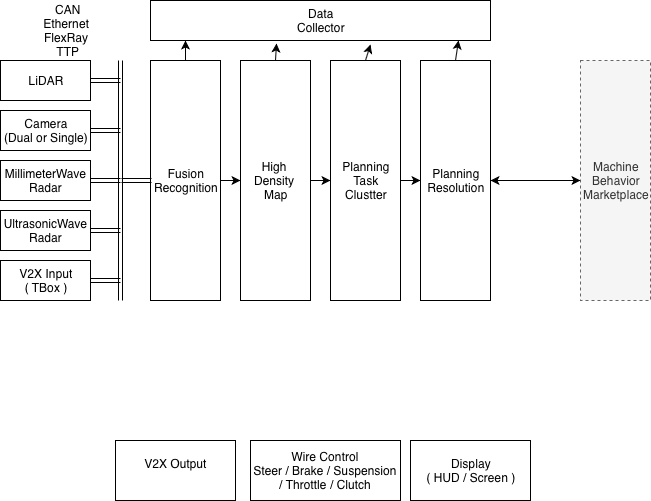
The draw.io diagram media/dooyo_idea_rpp_1.png in df595149790/df595149790.github.io, before a commit. Source tidied: cells renumbered, new cells last; positions are measured from the earlier drawing's top-left corner, leaving out a move shared by most shapes. The source it was exported from:
```xml
<mxGraphModel>
  <root>
    <mxCell id="0" />
    <mxCell id="1" parent="0" />
    <mxCell id="2" value="Machine&lt;br&gt;Behavior&lt;br&gt;Marketplace&lt;br&gt;" style="rounded=0;whiteSpace=wrap;html=1;dashed=1;fillColor=#f5f5f5;strokeColor=#666666;fontColor=#333333;" parent="1" vertex="1">
      <mxGeometry x="580" y="60" width="70" height="240" as="geometry" />
    </mxCell>
    <mxCell id="3" value="LiDAR" style="rounded=0;whiteSpace=wrap;html=1;" parent="1" vertex="1">
      <mxGeometry y="60" width="90" height="40" as="geometry" />
    </mxCell>
    <mxCell id="4" value="Camera&lt;br&gt;(Dual or Single)&lt;br&gt;" style="rounded=0;whiteSpace=wrap;html=1;" parent="1" vertex="1">
      <mxGeometry y="110" width="90" height="40" as="geometry" />
    </mxCell>
    <mxCell id="5" value="MillimeterWave&lt;br&gt;Radar&lt;br&gt;" style="rounded=0;whiteSpace=wrap;html=1;" parent="1" vertex="1">
      <mxGeometry y="160" width="90" height="40" as="geometry" />
    </mxCell>
    <mxCell id="6" value="UltrasonicWave&lt;br&gt;Radar&lt;br&gt;" style="rounded=0;whiteSpace=wrap;html=1;" parent="1" vertex="1">
      <mxGeometry y="210" width="90" height="40" as="geometry" />
    </mxCell>
    <mxCell id="7" value="Fusion&lt;br&gt;Recognition&lt;br&gt;" style="rounded=0;whiteSpace=wrap;html=1;shadow=0;fillColor=none;" parent="1" vertex="1">
      <mxGeometry x="150" y="60" width="70" height="240" as="geometry" />
    </mxCell>
    <mxCell id="8" style="shape=link;html=1;" parent="1" edge="1">
      <mxGeometry relative="1" as="geometry">
        <mxPoint x="120" y="300" as="sourcePoint" />
        <mxPoint x="120" y="60" as="targetPoint" />
      </mxGeometry>
    </mxCell>
    <mxCell id="9" style="shape=link;html=1;exitX=1;exitY=0.5;exitDx=0;exitDy=0;" parent="1" edge="1" source="3">
      <mxGeometry relative="1" as="geometry">
        <mxPoint x="120" y="80" as="targetPoint" />
      </mxGeometry>
    </mxCell>
    <mxCell id="10" style="shape=link;html=1;exitX=1;exitY=0.5;exitDx=0;exitDy=0;" parent="1" edge="1" source="4">
      <mxGeometry relative="1" as="geometry">
        <mxPoint x="120" y="130" as="targetPoint" />
      </mxGeometry>
    </mxCell>
    <mxCell id="11" style="shape=link;html=1;exitX=1;exitY=0.5;exitDx=0;exitDy=0;" parent="1" edge="1" source="5">
      <mxGeometry relative="1" as="geometry">
        <mxPoint x="120" y="180" as="targetPoint" />
      </mxGeometry>
    </mxCell>
    <mxCell id="12" style="shape=link;html=1;exitX=1;exitY=0.5;exitDx=0;exitDy=0;" parent="1" edge="1" source="6">
      <mxGeometry relative="1" as="geometry">
        <mxPoint x="120" y="230" as="targetPoint" />
      </mxGeometry>
    </mxCell>
    <mxCell id="13" value="CAN&lt;br&gt;&lt;span&gt;Ethernet&amp;nbsp;&lt;br&gt;&lt;/span&gt;&lt;span&gt;FlexRay&amp;nbsp;&lt;br&gt;TTP&lt;/span&gt;" style="text;html=1;strokeColor=none;fillColor=none;align=center;verticalAlign=middle;whiteSpace=wrap;rounded=0;shadow=0;" parent="1" vertex="1">
      <mxGeometry x="20" y="20" width="95" height="20" as="geometry" />
    </mxCell>
    <mxCell id="14" value="High &lt;br&gt;Density &lt;br&gt;Map" style="rounded=0;whiteSpace=wrap;html=1;shadow=0;fillColor=none;" parent="1" vertex="1">
      <mxGeometry x="240" y="60" width="70" height="240" as="geometry" />
    </mxCell>
    <mxCell id="15" value="Wire Control&lt;br&gt;Steer / Brake / Suspension / Throttle / Clutch&lt;br&gt;" style="rounded=0;whiteSpace=wrap;html=1;" parent="1" vertex="1">
      <mxGeometry x="250" y="440" width="150" height="60" as="geometry" />
    </mxCell>
    <mxCell id="16" value="V2X Input&lt;br&gt;( TBox )&lt;br&gt;" style="rounded=0;whiteSpace=wrap;html=1;shadow=0;fillColor=none;" parent="1" vertex="1">
      <mxGeometry y="260" width="90" height="40" as="geometry" />
    </mxCell>
    <mxCell id="17" style="shape=link;html=1;exitX=1;exitY=0.5;exitDx=0;exitDy=0;" parent="1" edge="1" source="16">
      <mxGeometry relative="1" as="geometry">
        <mxPoint x="120" y="280" as="targetPoint" />
      </mxGeometry>
    </mxCell>
    <mxCell id="18" style="shape=link;html=1;exitX=1;exitY=0.5;exitDx=0;exitDy=0;" parent="1" edge="1">
      <mxGeometry relative="1" as="geometry">
        <mxPoint x="121" y="180" as="sourcePoint" />
        <mxPoint x="151" y="180" as="targetPoint" />
      </mxGeometry>
    </mxCell>
    <mxCell id="19" value="V2X Output&lt;br&gt;&lt;br&gt;" style="rounded=0;whiteSpace=wrap;html=1;shadow=0;fillColor=none;" parent="1" vertex="1">
      <mxGeometry x="115" y="440" width="120" height="60" as="geometry" />
    </mxCell>
    <mxCell id="20" value="Display&lt;br&gt;( HUD / Screen )&lt;br&gt;" style="rounded=0;whiteSpace=wrap;html=1;shadow=0;fillColor=none;" parent="1" vertex="1">
      <mxGeometry x="410" y="440" width="120" height="60" as="geometry" />
    </mxCell>
    <mxCell id="21" value="Planning&lt;br&gt;Resolution" style="rounded=0;whiteSpace=wrap;html=1;shadow=0;fillColor=none;" parent="1" vertex="1">
      <mxGeometry x="420" y="60" width="70" height="240" as="geometry" />
    </mxCell>
    <mxCell id="22" value="Planning&lt;br&gt;Task&lt;br&gt;Clustter&lt;br&gt;" style="rounded=0;whiteSpace=wrap;html=1;shadow=0;fillColor=none;" parent="1" vertex="1">
      <mxGeometry x="330" y="60" width="70" height="240" as="geometry" />
    </mxCell>
    <mxCell id="23" style="endArrow=classic;html=1;entryX=0;entryY=0.5;entryDx=0;entryDy=0;exitX=1;exitY=0.5;exitDx=0;exitDy=0;" parent="1" edge="1" source="7" target="14">
      <mxGeometry relative="1" as="geometry" />
    </mxCell>
    <mxCell id="24" style="endArrow=classic;html=1;entryX=0;entryY=0.5;entryDx=0;entryDy=0;exitX=1;exitY=0.5;exitDx=0;exitDy=0;" parent="1" edge="1" source="14" target="22">
      <mxGeometry relative="1" as="geometry" />
    </mxCell>
    <mxCell id="25" style="endArrow=classic;html=1;entryX=0;entryY=0.5;entryDx=0;entryDy=0;exitX=1;exitY=0.5;exitDx=0;exitDy=0;" parent="1" edge="1" source="22" target="21">
      <mxGeometry relative="1" as="geometry" />
    </mxCell>
    <mxCell id="26" style="endArrow=classic;startArrow=classic;html=1;exitX=1;exitY=0.5;exitDx=0;exitDy=0;entryX=0;entryY=0.5;entryDx=0;entryDy=0;" parent="1" edge="1" source="21" target="2">
      <mxGeometry relative="1" as="geometry" />
    </mxCell>
    <mxCell id="27" value="Data&lt;br&gt;Collector&lt;br&gt;" style="rounded=0;whiteSpace=wrap;html=1;shadow=0;fillColor=none;" parent="1" vertex="1">
      <mxGeometry x="150" width="340" height="40" as="geometry" />
    </mxCell>
    <mxCell id="28" style="endArrow=classic;html=1;" parent="1" edge="1" source="7">
      <mxGeometry relative="1" as="geometry">
        <mxPoint x="185" y="40" as="targetPoint" />
      </mxGeometry>
    </mxCell>
    <mxCell id="29" style="endArrow=classic;html=1;exitX=0.5;exitY=0;exitDx=0;exitDy=0;entryX=0.371;entryY=1.075;entryDx=0;entryDy=0;entryPerimeter=0;" parent="1" edge="1" source="14" target="27">
      <mxGeometry relative="1" as="geometry" />
    </mxCell>
    <mxCell id="30" style="endArrow=classic;html=1;exitX=0.5;exitY=0;exitDx=0;exitDy=0;entryX=0.647;entryY=1.1;entryDx=0;entryDy=0;entryPerimeter=0;" parent="1" edge="1" source="22" target="27">
      <mxGeometry relative="1" as="geometry" />
    </mxCell>
    <mxCell id="31" style="endArrow=classic;html=1;exitX=0.5;exitY=0;exitDx=0;exitDy=0;" parent="1" edge="1" source="21">
      <mxGeometry relative="1" as="geometry">
        <mxPoint x="458" y="40" as="targetPoint" />
      </mxGeometry>
    </mxCell>
  </root>
</mxGraphModel>
```
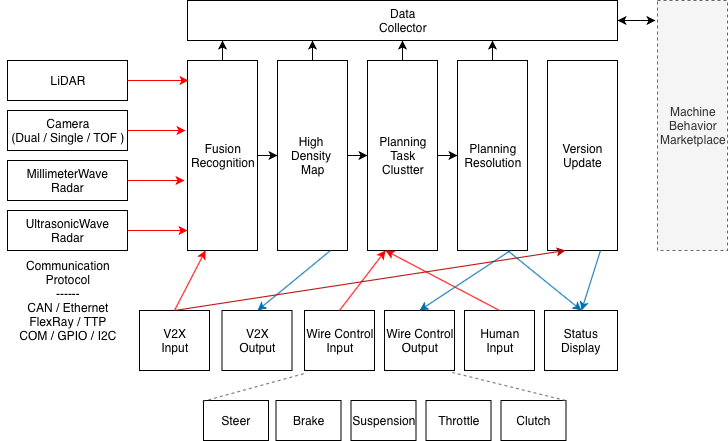
The same diagram one commit later.

The edit, as a diff of the source:
```diff
@@ -3,83 +3,46 @@
     <mxCell id="0" />
     <mxCell id="1" parent="0" />
     <mxCell id="2" value="Machine&lt;br&gt;Behavior&lt;br&gt;Marketplace&lt;br&gt;" style="rounded=0;whiteSpace=wrap;html=1;dashed=1;fillColor=#f5f5f5;strokeColor=#666666;fontColor=#333333;" parent="1" vertex="1">
-      <mxGeometry x="580" y="60" width="70" height="240" as="geometry" />
+      <mxGeometry x="620" width="70" height="250" as="geometry" />
     </mxCell>
     <mxCell id="3" value="LiDAR" style="rounded=0;whiteSpace=wrap;html=1;" parent="1" vertex="1">
-      <mxGeometry y="60" width="90" height="40" as="geometry" />
+      <mxGeometry x="-30" y="60" width="120" height="40" as="geometry" />
     </mxCell>
-    <mxCell id="4" value="Camera&lt;br&gt;(Dual or Single)&lt;br&gt;" style="rounded=0;whiteSpace=wrap;html=1;" parent="1" vertex="1">
-      <mxGeometry y="110" width="90" height="40" as="geometry" />
+    <mxCell id="4" value="Camera&lt;br&gt;(Dual / Single / TOF )&lt;br&gt;" style="rounded=0;whiteSpace=wrap;html=1;" parent="1" vertex="1">
+      <mxGeometry x="-30" y="110" width="120" height="40" as="geometry" />
     </mxCell>
     <mxCell id="5" value="MillimeterWave&lt;br&gt;Radar&lt;br&gt;" style="rounded=0;whiteSpace=wrap;html=1;" parent="1" vertex="1">
-      <mxGeometry y="160" width="90" height="40" as="geometry" />
+      <mxGeometry x="-30" y="160" width="120" height="40" as="geometry" />
     </mxCell>
     <mxCell id="6" value="UltrasonicWave&lt;br&gt;Radar&lt;br&gt;" style="rounded=0;whiteSpace=wrap;html=1;" parent="1" vertex="1">
-      <mxGeometry y="210" width="90" height="40" as="geometry" />
+      <mxGeometry x="-30" y="210" width="120" height="40" as="geometry" />
     </mxCell>
     <mxCell id="7" value="Fusion&lt;br&gt;Recognition&lt;br&gt;" style="rounded=0;whiteSpace=wrap;html=1;shadow=0;fillColor=none;" parent="1" vertex="1">
-      <mxGeometry x="150" y="60" width="70" height="240" as="geometry" />
+      <mxGeometry x="150" y="60" width="70" height="190" as="geometry" />
     </mxCell>
-    <mxCell id="8" style="shape=link;html=1;" parent="1" edge="1">
-      <mxGeometry relative="1" as="geometry">
-        <mxPoint x="120" y="300" as="sourcePoint" />
-        <mxPoint x="120" y="60" as="targetPoint" />
-      </mxGeometry>
-    </mxCell>
-    <mxCell id="9" style="shape=link;html=1;exitX=1;exitY=0.5;exitDx=0;exitDy=0;" parent="1" edge="1" source="3">
-      <mxGeometry relative="1" as="geometry">
-        <mxPoint x="120" y="80" as="targetPoint" />
-      </mxGeometry>
-    </mxCell>
-    <mxCell id="10" style="shape=link;html=1;exitX=1;exitY=0.5;exitDx=0;exitDy=0;" parent="1" edge="1" source="4">
-      <mxGeometry relative="1" as="geometry">
-        <mxPoint x="120" y="130" as="targetPoint" />
-      </mxGeometry>
-    </mxCell>
-    <mxCell id="11" style="shape=link;html=1;exitX=1;exitY=0.5;exitDx=0;exitDy=0;" parent="1" edge="1" source="5">
-      <mxGeometry relative="1" as="geometry">
-        <mxPoint x="120" y="180" as="targetPoint" />
-      </mxGeometry>
-    </mxCell>
-    <mxCell id="12" style="shape=link;html=1;exitX=1;exitY=0.5;exitDx=0;exitDy=0;" parent="1" edge="1" source="6">
-      <mxGeometry relative="1" as="geometry">
-        <mxPoint x="120" y="230" as="targetPoint" />
-      </mxGeometry>
-    </mxCell>
-    <mxCell id="13" value="CAN&lt;br&gt;&lt;span&gt;Ethernet&amp;nbsp;&lt;br&gt;&lt;/span&gt;&lt;span&gt;FlexRay&amp;nbsp;&lt;br&gt;TTP&lt;/span&gt;" style="text;html=1;strokeColor=none;fillColor=none;align=center;verticalAlign=middle;whiteSpace=wrap;rounded=0;shadow=0;" parent="1" vertex="1">
-      <mxGeometry x="20" y="20" width="95" height="20" as="geometry" />
+    <mxCell id="13" value="Communication&lt;br&gt;Protocol&lt;br&gt;------&lt;br&gt;CAN /&amp;nbsp;E&lt;span&gt;thernet&lt;br&gt;F&lt;/span&gt;&lt;span&gt;lexRay /&amp;nbsp;TTP&lt;br&gt;COM / GPIO / I2C&lt;br&gt;&lt;/span&gt;" style="text;html=1;strokeColor=none;fillColor=none;align=center;verticalAlign=middle;whiteSpace=wrap;rounded=0;shadow=0;" parent="1" vertex="1">
+      <mxGeometry x="-36.5" y="290" width="133" height="20" as="geometry" />
     </mxCell>
     <mxCell id="14" value="High &lt;br&gt;Density &lt;br&gt;Map" style="rounded=0;whiteSpace=wrap;html=1;shadow=0;fillColor=none;" parent="1" vertex="1">
-      <mxGeometry x="240" y="60" width="70" height="240" as="geometry" />
+      <mxGeometry x="240" y="60" width="70" height="190" as="geometry" />
     </mxCell>
-    <mxCell id="15" value="Wire Control&lt;br&gt;Steer / Brake / Suspension / Throttle / Clutch&lt;br&gt;" style="rounded=0;whiteSpace=wrap;html=1;" parent="1" vertex="1">
-      <mxGeometry x="250" y="440" width="150" height="60" as="geometry" />
+    <mxCell id="15" value="Wire&amp;nbsp;Control&lt;br&gt;Input&lt;br&gt;" style="rounded=0;whiteSpace=wrap;html=1;" parent="1" vertex="1">
+      <mxGeometry x="267" y="310" width="70" height="60" as="geometry" />
     </mxCell>
-    <mxCell id="16" value="V2X Input&lt;br&gt;( TBox )&lt;br&gt;" style="rounded=0;whiteSpace=wrap;html=1;shadow=0;fillColor=none;" parent="1" vertex="1">
-      <mxGeometry y="260" width="90" height="40" as="geometry" />
+    <mxCell id="16" value="V2X&lt;br&gt;Input&lt;br&gt;" style="rounded=0;whiteSpace=wrap;html=1;shadow=0;fillColor=none;" parent="1" vertex="1">
+      <mxGeometry x="102" y="310" width="70" height="60" as="geometry" />
     </mxCell>
-    <mxCell id="17" style="shape=link;html=1;exitX=1;exitY=0.5;exitDx=0;exitDy=0;" parent="1" edge="1" source="16">
-      <mxGeometry relative="1" as="geometry">
-        <mxPoint x="120" y="280" as="targetPoint" />
-      </mxGeometry>
-    </mxCell>
-    <mxCell id="18" style="shape=link;html=1;exitX=1;exitY=0.5;exitDx=0;exitDy=0;" parent="1" edge="1">
-      <mxGeometry relative="1" as="geometry">
-        <mxPoint x="121" y="180" as="sourcePoint" />
-        <mxPoint x="151" y="180" as="targetPoint" />
-      </mxGeometry>
-    </mxCell>
-    <mxCell id="19" value="V2X Output&lt;br&gt;&lt;br&gt;" style="rounded=0;whiteSpace=wrap;html=1;shadow=0;fillColor=none;" parent="1" vertex="1">
-      <mxGeometry x="115" y="440" width="120" height="60" as="geometry" />
+    <mxCell id="19" value="V2X&lt;br&gt;Output&lt;br&gt;" style="rounded=0;whiteSpace=wrap;html=1;shadow=0;fillColor=none;" parent="1" vertex="1">
+      <mxGeometry x="184.5" y="310" width="70" height="60" as="geometry" />
     </mxCell>
-    <mxCell id="20" value="Display&lt;br&gt;( HUD / Screen )&lt;br&gt;" style="rounded=0;whiteSpace=wrap;html=1;shadow=0;fillColor=none;" parent="1" vertex="1">
-      <mxGeometry x="410" y="440" width="120" height="60" as="geometry" />
+    <mxCell id="20" value="Status&lt;br&gt;Display&lt;br&gt;" style="rounded=0;whiteSpace=wrap;html=1;shadow=0;fillColor=none;" parent="1" vertex="1">
+      <mxGeometry x="507" y="310" width="73" height="60" as="geometry" />
     </mxCell>
     <mxCell id="21" value="Planning&lt;br&gt;Resolution" style="rounded=0;whiteSpace=wrap;html=1;shadow=0;fillColor=none;" parent="1" vertex="1">
-      <mxGeometry x="420" y="60" width="70" height="240" as="geometry" />
+      <mxGeometry x="420" y="60" width="70" height="190" as="geometry" />
     </mxCell>
     <mxCell id="22" value="Planning&lt;br&gt;Task&lt;br&gt;Clustter&lt;br&gt;" style="rounded=0;whiteSpace=wrap;html=1;shadow=0;fillColor=none;" parent="1" vertex="1">
-      <mxGeometry x="330" y="60" width="70" height="240" as="geometry" />
+      <mxGeometry x="330" y="60" width="70" height="190" as="geometry" />
     </mxCell>
     <mxCell id="23" style="endArrow=classic;html=1;entryX=0;entryY=0.5;entryDx=0;entryDy=0;exitX=1;exitY=0.5;exitDx=0;exitDy=0;" parent="1" edge="1" source="7" target="14">
       <mxGeometry relative="1" as="geometry" />
@@ -90,27 +53,100 @@
     <mxCell id="25" style="endArrow=classic;html=1;entryX=0;entryY=0.5;entryDx=0;entryDy=0;exitX=1;exitY=0.5;exitDx=0;exitDy=0;" parent="1" edge="1" source="22" target="21">
       <mxGeometry relative="1" as="geometry" />
     </mxCell>
-    <mxCell id="26" style="endArrow=classic;startArrow=classic;html=1;exitX=1;exitY=0.5;exitDx=0;exitDy=0;entryX=0;entryY=0.5;entryDx=0;entryDy=0;" parent="1" edge="1" source="21" target="2">
+    <mxCell id="26" style="endArrow=classic;startArrow=classic;html=1;exitX=1;exitY=0.5;exitDx=0;exitDy=0;entryX=-0.029;entryY=0.08;entryDx=0;entryDy=0;entryPerimeter=0;" parent="1" edge="1" source="27" target="2">
       <mxGeometry relative="1" as="geometry" />
     </mxCell>
     <mxCell id="27" value="Data&lt;br&gt;Collector&lt;br&gt;" style="rounded=0;whiteSpace=wrap;html=1;shadow=0;fillColor=none;" parent="1" vertex="1">
-      <mxGeometry x="150" width="340" height="40" as="geometry" />
+      <mxGeometry x="150" width="430" height="40" as="geometry" />
     </mxCell>
     <mxCell id="28" style="endArrow=classic;html=1;" parent="1" edge="1" source="7">
       <mxGeometry relative="1" as="geometry">
         <mxPoint x="185" y="40" as="targetPoint" />
       </mxGeometry>
     </mxCell>
-    <mxCell id="29" style="endArrow=classic;html=1;exitX=0.5;exitY=0;exitDx=0;exitDy=0;entryX=0.371;entryY=1.075;entryDx=0;entryDy=0;entryPerimeter=0;" parent="1" edge="1" source="14" target="27">
-      <mxGeometry relative="1" as="geometry" />
-    </mxCell>
-    <mxCell id="30" style="endArrow=classic;html=1;exitX=0.5;exitY=0;exitDx=0;exitDy=0;entryX=0.647;entryY=1.1;entryDx=0;entryDy=0;entryPerimeter=0;" parent="1" edge="1" source="22" target="27">
-      <mxGeometry relative="1" as="geometry" />
+    <mxCell id="30" style="endArrow=classic;html=1;exitX=0.5;exitY=0;exitDx=0;exitDy=0;" parent="1" edge="1" source="22">
+      <mxGeometry relative="1" as="geometry">
+        <mxPoint x="365" y="40" as="targetPoint" />
+      </mxGeometry>
     </mxCell>
     <mxCell id="31" style="endArrow=classic;html=1;exitX=0.5;exitY=0;exitDx=0;exitDy=0;" parent="1" edge="1" source="21">
       <mxGeometry relative="1" as="geometry">
-        <mxPoint x="458" y="40" as="targetPoint" />
+        <mxPoint x="455" y="40" as="targetPoint" />
       </mxGeometry>
     </mxCell>
+    <mxCell id="32" style="endArrow=classic;html=1;" parent="1" edge="1">
+      <mxGeometry relative="1" as="geometry">
+        <mxPoint x="275" y="60" as="sourcePoint" />
+        <mxPoint x="275" y="40" as="targetPoint" />
+      </mxGeometry>
+    </mxCell>
+    <mxCell id="33" value="Steer&lt;br&gt;" style="rounded=0;whiteSpace=wrap;html=1;" parent="1" vertex="1">
+      <mxGeometry x="166" y="400" width="65" height="40" as="geometry" />
+    </mxCell>
+    <mxCell id="34" value="Brake&lt;br&gt;" style="rounded=0;whiteSpace=wrap;html=1;" parent="1" vertex="1">
+      <mxGeometry x="238.5" y="400" width="65" height="40" as="geometry" />
+    </mxCell>
+    <mxCell id="35" value="Suspension&lt;br&gt;" style="rounded=0;whiteSpace=wrap;html=1;" parent="1" vertex="1">
+      <mxGeometry x="313.5" y="400" width="65" height="40" as="geometry" />
+    </mxCell>
+    <mxCell id="36" value="Throttle&lt;br&gt;" style="rounded=0;whiteSpace=wrap;html=1;" parent="1" vertex="1">
+      <mxGeometry x="388.5" y="400" width="65" height="40" as="geometry" />
+    </mxCell>
+    <mxCell id="37" value="Clutch&lt;br&gt;" style="rounded=0;whiteSpace=wrap;html=1;" parent="1" vertex="1">
+      <mxGeometry x="463.5" y="400" width="65" height="40" as="geometry" />
+    </mxCell>
+    <mxCell id="38" value="Wire&amp;nbsp;Control&lt;br&gt;Output&lt;br&gt;" style="rounded=0;whiteSpace=wrap;html=1;" parent="1" vertex="1">
+      <mxGeometry x="347" y="310" width="70" height="60" as="geometry" />
+    </mxCell>
+    <mxCell id="39" value="Human&lt;br&gt;Input&lt;br&gt;" style="rounded=0;whiteSpace=wrap;html=1;shadow=0;fillColor=none;" parent="1" vertex="1">
+      <mxGeometry x="427" y="310" width="70" height="60" as="geometry" />
+    </mxCell>
+    <mxCell id="40" value="Version&lt;br&gt;Update&lt;br&gt;" style="rounded=0;whiteSpace=wrap;html=1;shadow=0;fillColor=none;" parent="1" vertex="1">
+      <mxGeometry x="510" y="60" width="70" height="190" as="geometry" />
+    </mxCell>
+    <mxCell id="41" style="endArrow=classic;html=1;exitX=1;exitY=0.5;exitDx=0;exitDy=0;entryX=0.014;entryY=0.105;entryDx=0;entryDy=0;entryPerimeter=0;strokeColor=#FF0000;" parent="1" edge="1" source="3" target="7">
+      <mxGeometry relative="1" as="geometry" />
+    </mxCell>
+    <mxCell id="42" style="endArrow=classic;html=1;exitX=1;exitY=0.5;exitDx=0;exitDy=0;entryX=-0.029;entryY=0.368;entryDx=0;entryDy=0;entryPerimeter=0;strokeWidth=1;strokeColor=#FF0000;" parent="1" edge="1" source="4" target="7">
+      <mxGeometry relative="1" as="geometry" />
+    </mxCell>
+    <mxCell id="43" style="endArrow=classic;html=1;exitX=1;exitY=0.5;exitDx=0;exitDy=0;entryX=-0.043;entryY=0.632;entryDx=0;entryDy=0;entryPerimeter=0;strokeColor=#FF0000;" parent="1" edge="1" source="5" target="7">
+      <mxGeometry relative="1" as="geometry" />
+    </mxCell>
+    <mxCell id="44" style="endArrow=classic;html=1;exitX=1;exitY=0.5;exitDx=0;exitDy=0;entryX=0;entryY=0.895;entryDx=0;entryDy=0;entryPerimeter=0;strokeColor=#FF0000;" parent="1" edge="1" source="6" target="7">
+      <mxGeometry relative="1" as="geometry" />
+    </mxCell>
+    <mxCell id="45" style="endArrow=classic;html=1;strokeColor=#FF0000;strokeWidth=1;entryX=0.25;entryY=1;entryDx=0;entryDy=0;exitX=0.5;exitY=0;exitDx=0;exitDy=0;" parent="1" edge="1" source="16" target="7">
+      <mxGeometry relative="1" as="geometry" />
+    </mxCell>
+    <mxCell id="46" style="endArrow=classic;html=1;strokeColor=#FF0000;strokeWidth=1;entryX=0.25;entryY=1;entryDx=0;entryDy=0;exitX=0.5;exitY=0;exitDx=0;exitDy=0;" parent="1" edge="1" source="15" target="22">
+      <mxGeometry relative="1" as="geometry" />
+    </mxCell>
+    <mxCell id="47" style="endArrow=classic;html=1;strokeColor=#FF0000;strokeWidth=1;entryX=0.25;entryY=1;entryDx=0;entryDy=0;exitX=0.5;exitY=0;exitDx=0;exitDy=0;" parent="1" edge="1" source="39" target="22">
+      <mxGeometry relative="1" as="geometry" />
+    </mxCell>
+    <mxCell id="48" style="endArrow=classic;html=1;strokeColor=#006EAF;strokeWidth=1;fillColor=#1ba1e2;exitX=0.75;exitY=1;exitDx=0;exitDy=0;entryX=0.5;entryY=0;entryDx=0;entryDy=0;" parent="1" edge="1" source="14" target="19">
+      <mxGeometry relative="1" as="geometry" />
+    </mxCell>
+    <mxCell id="49" style="endArrow=classic;html=1;strokeColor=#006EAF;strokeWidth=1;fillColor=#1ba1e2;exitX=0.75;exitY=1;exitDx=0;exitDy=0;entryX=0.5;entryY=0;entryDx=0;entryDy=0;" parent="1" edge="1" source="21" target="38">
+      <mxGeometry relative="1" as="geometry" />
+    </mxCell>
+    <mxCell id="50" style="endArrow=none;dashed=1;html=1;strokeColor=#666666;strokeWidth=1;entryX=0;entryY=1.05;entryDx=0;entryDy=0;entryPerimeter=0;exitX=-0.015;exitY=0.025;exitDx=0;exitDy=0;exitPerimeter=0;gradientColor=#b3b3b3;fillColor=#f5f5f5;" parent="1" edge="1" source="33" target="15">
+      <mxGeometry relative="1" as="geometry" />
+    </mxCell>
+    <mxCell id="51" style="endArrow=none;dashed=1;html=1;strokeColor=#666666;strokeWidth=1;entryX=0.971;entryY=1.033;entryDx=0;entryDy=0;entryPerimeter=0;exitX=0.992;exitY=0;exitDx=0;exitDy=0;exitPerimeter=0;gradientColor=#b3b3b3;fillColor=#f5f5f5;" parent="1" edge="1" source="37" target="38">
+      <mxGeometry relative="1" as="geometry" />
+    </mxCell>
+    <mxCell id="52" style="endArrow=classic;html=1;strokeColor=#006EAF;strokeWidth=1;entryX=0.5;entryY=0;entryDx=0;entryDy=0;fillColor=#1ba1e2;" parent="1" edge="1" target="20">
+      <mxGeometry relative="1" as="geometry">
+        <mxPoint x="470" y="250" as="sourcePoint" />
+      </mxGeometry>
+    </mxCell>
+    <mxCell id="53" style="endArrow=classic;html=1;strokeColor=#B20000;strokeWidth=1;entryX=0.25;entryY=1;entryDx=0;entryDy=0;exitX=0.5;exitY=0;exitDx=0;exitDy=0;fillColor=#e51400;" parent="1" edge="1" source="16" target="40">
+      <mxGeometry relative="1" as="geometry" />
+    </mxCell>
+    <mxCell id="54" style="endArrow=classic;html=1;strokeColor=#006EAF;strokeWidth=1;entryX=0.5;entryY=0;entryDx=0;entryDy=0;exitX=0.75;exitY=1;exitDx=0;exitDy=0;fillColor=#1ba1e2;" parent="1" edge="1" source="40" target="20">
+      <mxGeometry relative="1" as="geometry" />
+    </mxCell>
   </root>
 </mxGraphModel>
```
